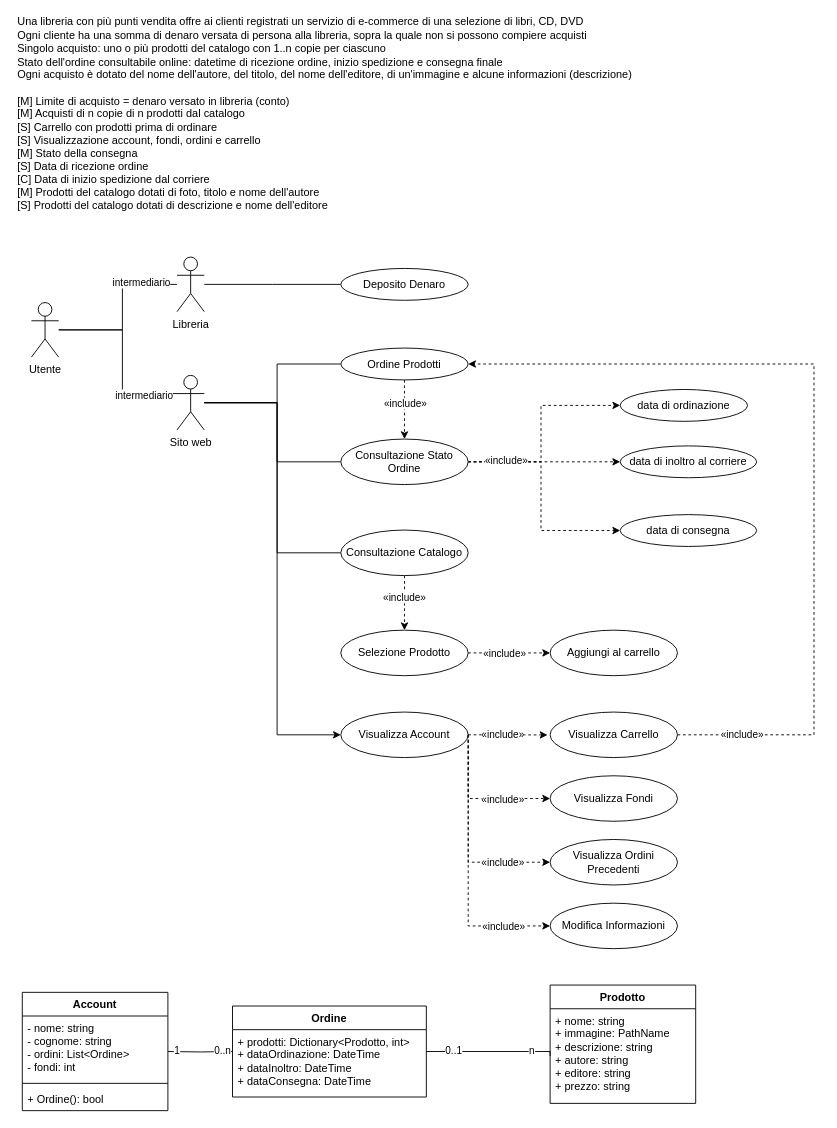
The draw.io diagram UML_ECommerce.drawio in gifede/UML_6_10_2026, before the edit. Source tidied: cells renumbered, new cells numbered last; positions are measured from the earlier drawing's top-left corner, leaving out a move shared by most shapes. Both pictures are drawn from the tidied source at 91%, with x=0, y=0 at pixel (15, 84).
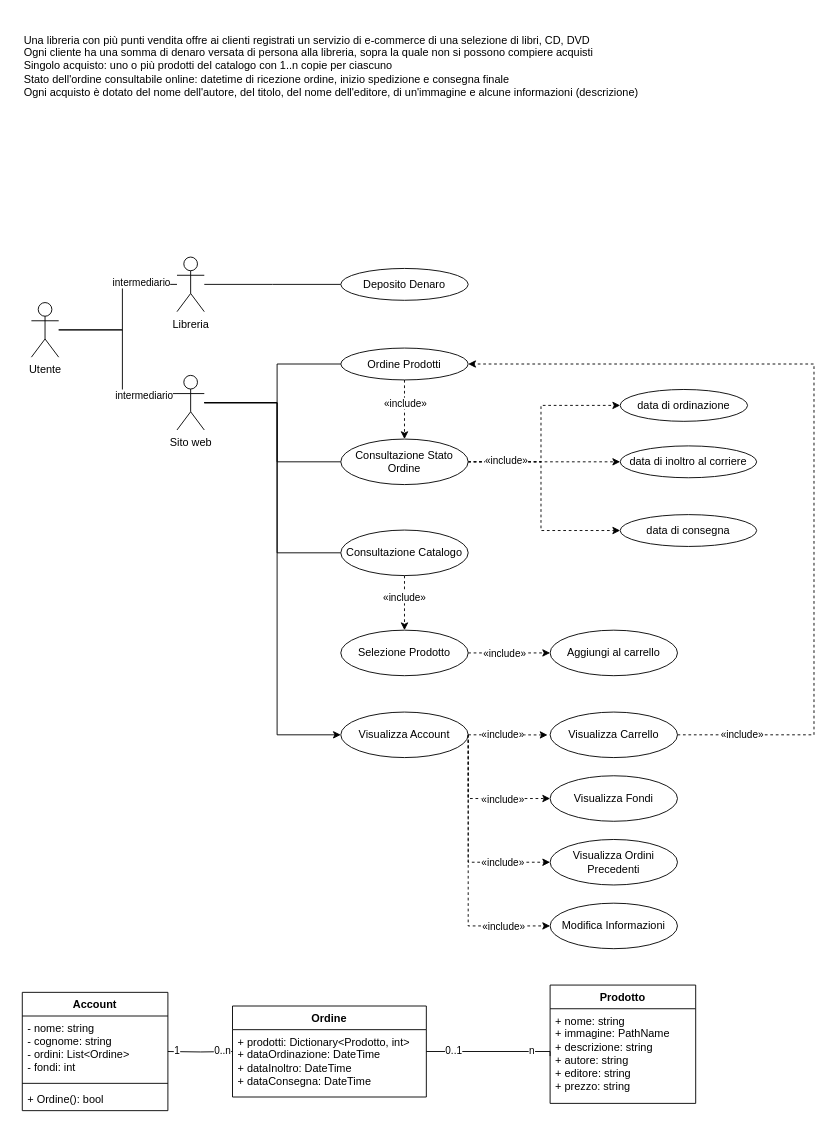
After the change.

Commit message:
spostata lista

Change to the diagram source:
```diff
@@
-    <mxCell id="2" value="&lt;div align=&quot;left&quot;&gt;Una libreria con più punti vendita offre ai clienti registrati un servizio di e-commerce di una selezione di libri, CD, DVD&lt;/div&gt;&lt;div align=&quot;left&quot;&gt;Ogni cliente ha una somma di denaro versata di persona alla libreria, sopra la quale non si possono compiere acquisti&lt;/div&gt;&lt;div align=&quot;left&quot;&gt;Singolo acquisto: uno o più prodotti del catalogo con 1..n copie per ciascuno&lt;/div&gt;&lt;div align=&quot;left&quot;&gt;Stato dell'ordine consultabile online: datetime di ricezione ordine, inizio spedizione e consegna finale&lt;/div&gt;&lt;div align=&quot;left&quot;&gt;Ogni acquisto è dotato del nome dell'autore, del titolo, del nome dell'editore, di un'immagine e alcune informazioni (descrizione)&lt;/div&gt;&lt;div align=&quot;left&quot;&gt;&lt;br&gt;&lt;/div&gt;&lt;div align=&quot;left&quot;&gt;[M] Limite di acquisto = denaro versato in libreria (conto)&lt;/div&gt;&lt;div align=&quot;left&quot;&gt;[M] Acquisti di n copie di n prodotti dal catalogo&lt;/div&gt;&lt;div align=&quot;left&quot;&gt;[S] Carrello con prodotti prima di ordinare&lt;/div&gt;&lt;div align=&quot;left&quot;&gt;[S] Visualizzazione account, fondi, ordini e carrello&lt;/div&gt;&lt;div align=&quot;left&quot;&gt;[M] Stato della consegna&lt;/div&gt;&lt;div align=&quot;left&quot;&gt;[S] Data di ricezione ordine&lt;/div&gt;&lt;div align=&quot;left&quot;&gt;[C] Data di inizio spedizione dal corriere&lt;/div&gt;&lt;div align=&quot;left&quot;&gt;[M] Prodotti del catalogo dotati di foto, titolo e nome dell'autore&lt;/div&gt;&lt;div align=&quot;left&quot;&gt;[S]&amp;nbsp;Prodotti del catalogo dotati di descrizione e nome dell'editore&lt;/div&gt;&lt;div align=&quot;left&quot;&gt;&lt;br&gt;&lt;/div&gt;" style="text;html=1;whiteSpace=wrap;strokeColor=none;fillColor=none;align=left;verticalAlign=middle;rounded=0;" parent="1" vertex="1">
-      <mxGeometry width="710" height="80" as="geometry" />
+    <mxCell id="2" value="&lt;div align=&quot;left&quot;&gt;Una libreria con più punti vendita offre ai clienti registrati un servizio di e-commerce di una selezione di libri, CD, DVD&lt;/div&gt;&lt;div align=&quot;left&quot;&gt;Ogni cliente ha una somma di denaro versata di persona alla libreria, sopra la quale non si possono compiere acquisti&lt;/div&gt;&lt;div align=&quot;left&quot;&gt;Singolo acquisto: uno o più prodotti del catalogo con 1..n copie per ciascuno&lt;/div&gt;&lt;div align=&quot;left&quot;&gt;Stato dell'ordine consultabile online: datetime di ricezione ordine, inizio spedizione e consegna finale&lt;/div&gt;&lt;div align=&quot;left&quot;&gt;Ogni acquisto è dotato del nome dell'autore, del titolo, del nome dell'editore, di un'immagine e alcune informazioni (descrizione)&lt;/div&gt;" style="text;html=1;whiteSpace=wrap;strokeColor=none;fillColor=none;align=left;verticalAlign=middle;rounded=0;" parent="1" vertex="1">
+      <mxGeometry x="7" y="-60" width="710" height="80" as="geometry" />
     </mxCell>
```
